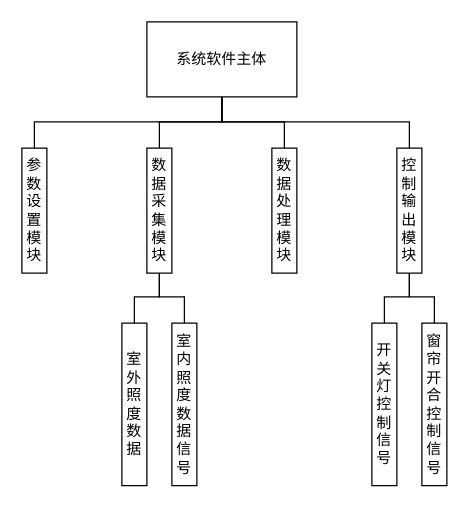
This is Untitled Diagram.drawio from chineselyw/chineselyw, a draw.io file, before an edit. Source tidied: cells renumbered, new cells numbered last; positions are measured from the earlier drawing's top-left corner, leaving out a move shared by most shapes. Both pictures are drawn from the tidied source at 125%, with x=0, y=0 at pixel (21, 21).
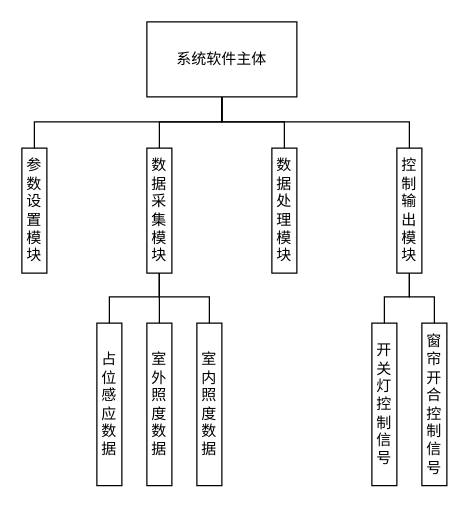
After the change.

The change refers to these unchanged cells:
```xml
<mxCell id="5" value="数据采集模块" style="rounded=0;whiteSpace=wrap;html=1;" parent="1" vertex="1">
  <mxGeometry x="100" y="101" width="20" height="100" as="geometry" />
</mxCell>
```

Diff of the diagram source:
```diff
@@
     <mxCell id="16" value="室外照度数据" style="rounded=0;whiteSpace=wrap;html=1;" parent="1" vertex="1">
-      <mxGeometry x="80" y="241" width="20" height="130" as="geometry" />
+      <mxGeometry x="100" y="241" width="20" height="130" as="geometry" />
     </mxCell>
+    <mxCell id="20" value="占位感应数据" style="rounded=0;whiteSpace=wrap;html=1;" parent="1" vertex="1">
+      <mxGeometry x="60" y="241" width="20" height="130" as="geometry" />
+    </mxCell>
-    <mxCell id="17" value="室内照度数据信号" style="rounded=0;whiteSpace=wrap;html=1;" parent="1" vertex="1">
-      <mxGeometry x="120" y="241" width="20" height="130" as="geometry" />
+    <mxCell id="17" value="室内照度数据" style="rounded=0;whiteSpace=wrap;html=1;" parent="1" vertex="1">
+      <mxGeometry x="140" y="241" width="20" height="130" as="geometry" />
     </mxCell>
-    <mxCell id="18" style="endArrow=none;html=1;entryX=0.5;entryY=1;entryDx=0;entryDy=0;exitX=0.5;exitY=0;exitDx=0;exitDy=0;rounded=0;" parent="1" edge="1" source="16">
+    <mxCell id="18" style="endArrow=none;html=1;entryX=0.5;entryY=1;entryDx=0;entryDy=0;exitX=0.5;exitY=0;exitDx=0;exitDy=0;rounded=0;" parent="1" edge="1" source="20">
       <mxGeometry relative="1" as="geometry">
         <mxPoint x="110" y="201" as="targetPoint" />
         <Array as="points">
-          <mxPoint x="90" y="220" />
+          <mxPoint x="70" y="220" />
           <mxPoint x="110" y="220" />
         </Array>
       </mxGeometry>
     </mxCell>
     <mxCell id="19" style="endArrow=none;html=1;rounded=0;exitX=0.5;exitY=0;exitDx=0;exitDy=0;entryX=0.5;entryY=1;entryDx=0;entryDy=0;" parent="1" edge="1" source="17" target="5">
       <mxGeometry relative="1" as="geometry">
         <Array as="points">
-          <mxPoint x="130" y="220" />
+          <mxPoint x="150" y="220" />
           <mxPoint x="110" y="220" />
         </Array>
       </mxGeometry>
     </mxCell>
+    <mxCell id="21" style="endArrow=none;html=1;entryX=0.5;entryY=1;entryDx=0;entryDy=0;exitX=0.5;exitY=0;exitDx=0;exitDy=0;" parent="1" edge="1" source="16" target="5">
+      <mxGeometry relative="1" as="geometry" />
+    </mxCell>
```
